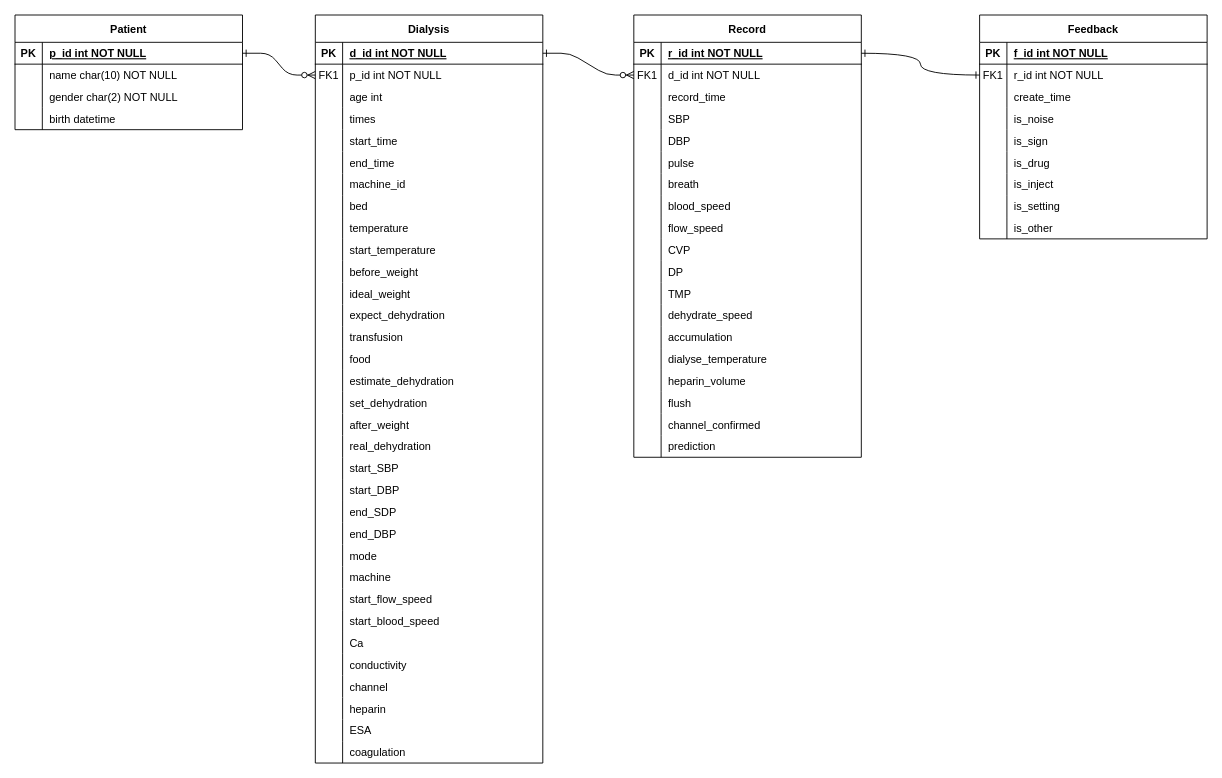
The draw.io diagram ERdiagram.drawio in Azure0413-project/IDH, before the edit. Source tidied: cells renumbered, new cells numbered last; positions are measured from the earlier drawing's top-left corner, leaving out a move shared by most shapes. Both pictures are drawn from the tidied source at 91%, with x=0, y=0 at pixel (15, 15).
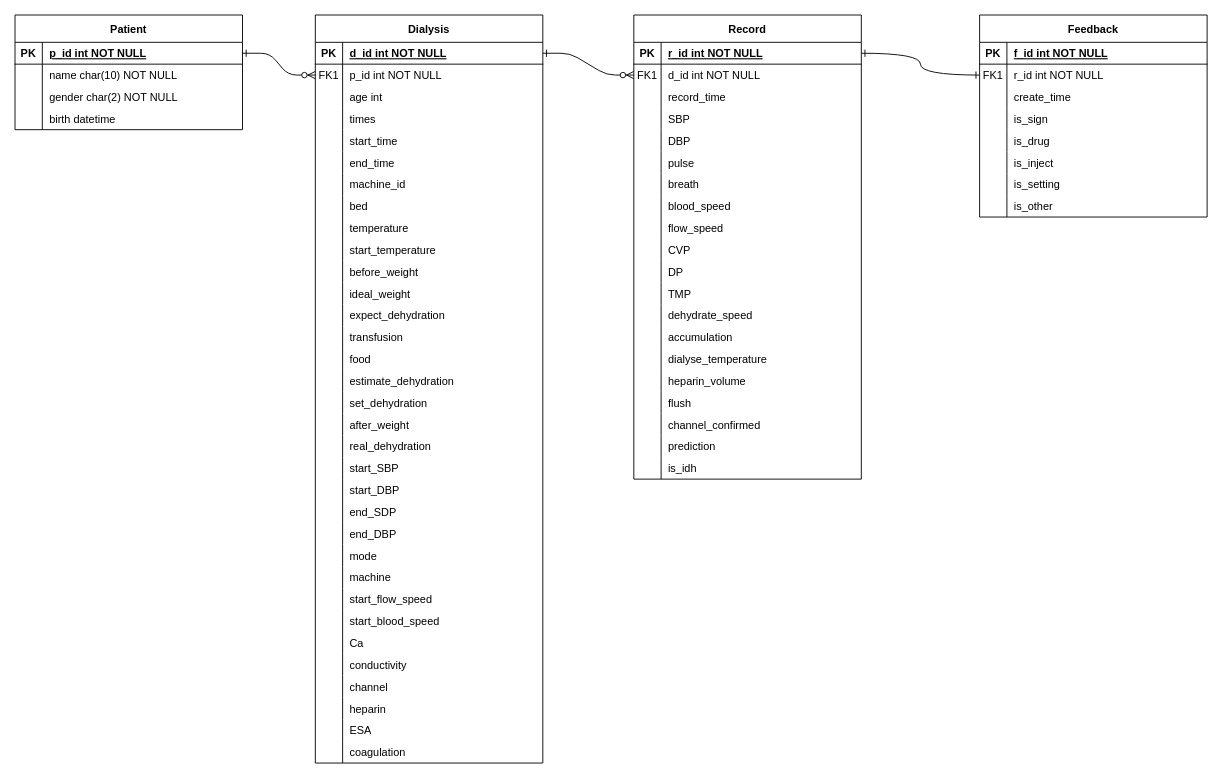
The same diagram, later.

Diff of the diagram source:
```diff
@@
     <mxCell id="116" value="Record" style="shape=table;startSize=30;childLayout=tableLayout;rowLines=0;fontStyle=1;align=center;" parent="1" vertex="1">
-      <mxGeometry x="680" width="250" height="486" as="geometry" />
+      <mxGeometry x="680" width="250" height="510" as="geometry" />
     </mxCell>
@@
+    <mxCell id="185" style="shape=partialRectangle;fillColor=none;top=0;left=0;right=0;bottom=0;" parent="116" vertex="1">
+      <mxGeometry y="486" width="250" height="24" as="geometry" />
+    </mxCell>
+    <mxCell id="186" style="shape=partialRectangle;overflow=hidden;fillColor=none;top=0;left=0;bottom=0;right=0;" parent="185" vertex="1">
+      <mxGeometry width="30" height="24" as="geometry" />
+    </mxCell>
+    <mxCell id="187" value="is_idh" style="shape=partialRectangle;overflow=hidden;fillColor=none;top=0;left=0;bottom=0;right=0;align=left;spacingLeft=6;" parent="185" vertex="1">
+      <mxGeometry x="30" width="220" height="24" as="geometry" />
+    </mxCell>
@@
     <mxCell id="175" value="Feedback" style="shape=table;startSize=30;childLayout=tableLayout;rowLines=0;fontStyle=1;align=center;" parent="1" vertex="1">
-      <mxGeometry x="1060" width="250" height="246" as="geometry" />
+      <mxGeometry x="1060" width="250" height="222" as="geometry" />
     </mxCell>
@@
-    <mxCell id="185" style="shape=partialRectangle;fillColor=none;top=0;left=0;right=0;bottom=0;" parent="175" vertex="1">
-      <mxGeometry y="102" width="250" height="24" as="geometry" />
-    </mxCell>
-    <mxCell id="186" style="shape=partialRectangle;overflow=hidden;fillColor=none;top=0;left=0;bottom=0;right=0;" parent="185" vertex="1">
-      <mxGeometry width="30" height="24" as="geometry" />
-    </mxCell>
-    <mxCell id="187" value="is_noise" style="shape=partialRectangle;overflow=hidden;fillColor=none;top=0;left=0;bottom=0;right=0;align=left;spacingLeft=6;" parent="185" vertex="1">
-      <mxGeometry x="30" width="220" height="24" as="geometry" />
-    </mxCell>
     <mxCell id="188" style="shape=partialRectangle;fillColor=none;top=0;left=0;right=0;bottom=0;" parent="175" vertex="1">
-      <mxGeometry y="126" width="250" height="24" as="geometry" />
+      <mxGeometry y="102" width="250" height="24" as="geometry" />
     </mxCell>
@@
     <mxCell id="191" style="shape=partialRectangle;fillColor=none;top=0;left=0;right=0;bottom=0;" parent="175" vertex="1">
-      <mxGeometry y="150" width="250" height="24" as="geometry" />
+      <mxGeometry y="126" width="250" height="24" as="geometry" />
     </mxCell>
@@
     <mxCell id="194" style="shape=partialRectangle;fillColor=none;top=0;left=0;right=0;bottom=0;" parent="175" vertex="1">
-      <mxGeometry y="174" width="250" height="24" as="geometry" />
+      <mxGeometry y="150" width="250" height="24" as="geometry" />
     </mxCell>
@@
     <mxCell id="197" style="shape=partialRectangle;fillColor=none;top=0;left=0;right=0;bottom=0;" parent="175" vertex="1">
-      <mxGeometry y="198" width="250" height="24" as="geometry" />
+      <mxGeometry y="174" width="250" height="24" as="geometry" />
     </mxCell>
@@
     <mxCell id="200" style="shape=partialRectangle;fillColor=none;top=0;left=0;right=0;bottom=0;" parent="175" vertex="1">
-      <mxGeometry y="222" width="250" height="24" as="geometry" />
+      <mxGeometry y="198" width="250" height="24" as="geometry" />
     </mxCell>
```
